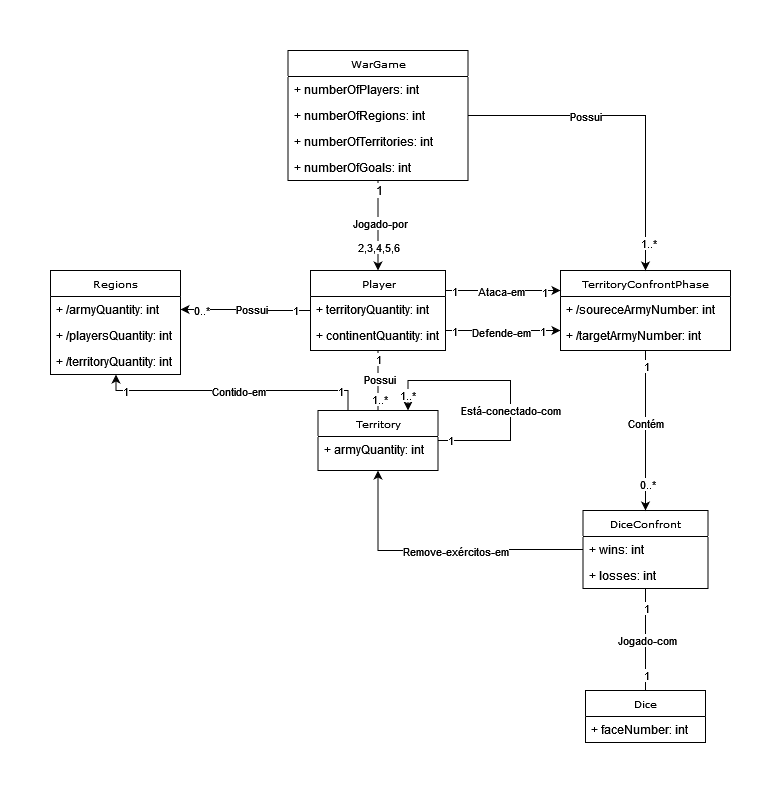
Before: DomainModelTerritoryAttack.png, a diagram exported from draw.io (Gil32610/domain-model-territory-confront). Source tidied: cells renumbered, new cells last; positions are measured from the earlier drawing's top-left corner, leaving out a move shared by most shapes.
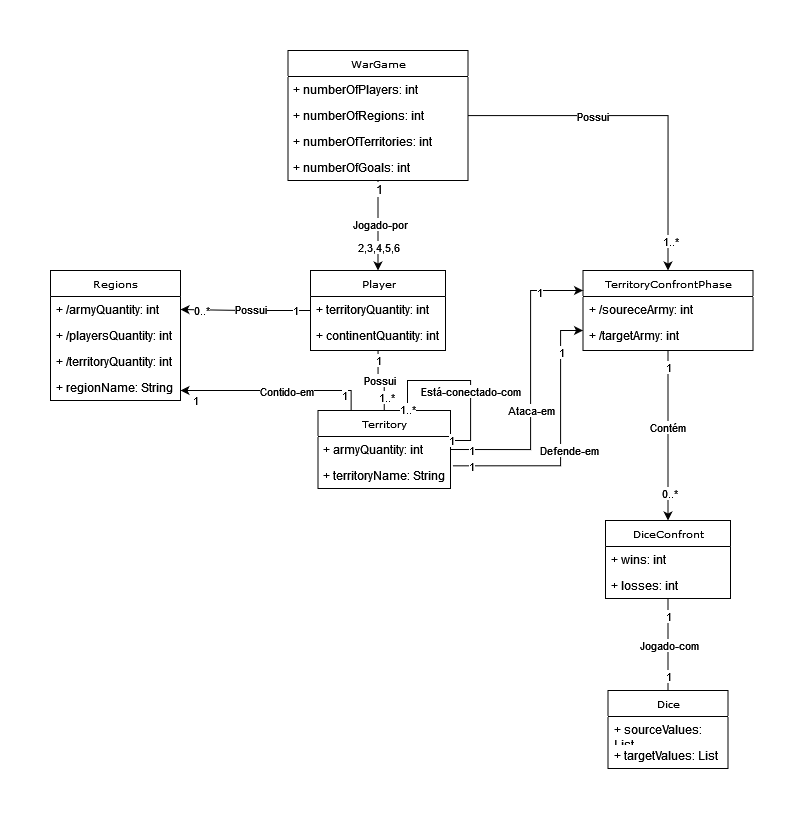
After the change.

The edit, as a diff of the source:
```diff
@@ -26,11 +26,14 @@
       </mxGeometry>
     </mxCell>
     <mxCell id="6" value="Territory" style="swimlane;html=1;fontStyle=0;horizontal=1;startSize=26;fillColor=none;swimlaneFillColor=#ffffff;rounded=0;shadow=0;comic=0;labelBackgroundColor=none;strokeWidth=1;fontFamily=Verdana;fontSize=10;align=center;" parent="1" vertex="1">
-      <mxGeometry x="267.5" y="360" width="120" height="60" as="geometry" />
+      <mxGeometry x="267.5" y="360" width="132.5" height="78" as="geometry" />
     </mxCell>
     <mxCell id="7" value="+ armyQuantity: int" style="text;html=1;strokeColor=none;fillColor=none;align=left;verticalAlign=top;spacingLeft=4;spacingRight=4;whiteSpace=wrap;overflow=hidden;points=[[0,0.5],[1,0.5]];portConstraint=eastwest;" parent="6" vertex="1">
-      <mxGeometry y="26" width="120" height="26" as="geometry" />
+      <mxGeometry y="26" width="132.5" height="26" as="geometry" />
     </mxCell>
+    <mxCell id="65" value="+ territoryName: String" style="text;html=1;strokeColor=none;fillColor=none;align=left;verticalAlign=top;spacingLeft=4;spacingRight=4;whiteSpace=wrap;overflow=hidden;points=[[0,0.5],[1,0.5]];portConstraint=eastwest;" parent="6" vertex="1">
+      <mxGeometry y="52" width="132.5" height="26" as="geometry" />
+    </mxCell>
     <mxCell id="8" style="edgeStyle=orthogonalEdgeStyle;rounded=0;jettySize=auto;html=1;entryX=0.5;entryY=0;entryDx=0;entryDy=0;endArrow=none;endFill=0;" parent="1" edge="1" source="28" target="6">
       <mxGeometry relative="1" as="geometry" />
     </mxCell>
@@ -71,13 +74,16 @@
     <mxCell id="19" value="2,3,4,5,6" style="edgeLabel;html=1;align=center;verticalAlign=middle;" parent="16" vertex="1">
       <mxGeometry x="-0.47" relative="1" as="geometry" />
     </mxCell>
-    <mxCell id="20" style="edgeStyle=orthogonalEdgeStyle;rounded=0;jettySize=auto;html=1;entryX=0;entryY=0.25;entryDx=0;entryDy=0;exitX=1;exitY=0.25;exitDx=0;exitDy=0;" parent="1" edge="1" source="28" target="59">
-      <mxGeometry relative="1" as="geometry" />
+    <mxCell id="20" style="edgeStyle=orthogonalEdgeStyle;rounded=0;jettySize=auto;html=1;entryX=0;entryY=0.25;entryDx=0;entryDy=0;exitX=1;exitY=0.5;exitDx=0;exitDy=0;" parent="1" edge="1" source="7" target="59">
+      <mxGeometry relative="1" as="geometry">
+        <Array as="points">
+          <mxPoint x="480" y="399" />
+          <mxPoint x="480" y="240" />
+        </Array>
+      </mxGeometry>
     </mxCell>
     <mxCell id="21" value="Ataca-em" style="edgeLabel;html=1;align=center;verticalAlign=middle;" parent="20" vertex="1">
-      <mxGeometry x="-0.18" relative="1" as="geometry">
-        <mxPoint x="8" as="offset" />
-      </mxGeometry>
+      <mxGeometry x="-0.18" relative="1" as="geometry" />
     </mxCell>
     <mxCell id="22" value="1" style="edgeLabel;html=1;align=center;verticalAlign=middle;" parent="20" vertex="1">
       <mxGeometry x="-0.86" relative="1" as="geometry" />
@@ -85,15 +91,20 @@
     <mxCell id="23" value="1" style="edgeLabel;html=1;align=center;verticalAlign=middle;" parent="20" vertex="1">
       <mxGeometry x="0.7" y="-1" relative="1" as="geometry" />
     </mxCell>
-    <mxCell id="24" style="edgeStyle=orthogonalEdgeStyle;rounded=0;jettySize=auto;html=1;entryX=0;entryY=0.75;entryDx=0;entryDy=0;exitX=1;exitY=0.75;exitDx=0;exitDy=0;" parent="1" edge="1" source="28" target="59">
-      <mxGeometry relative="1" as="geometry" />
+    <mxCell id="24" style="edgeStyle=orthogonalEdgeStyle;rounded=0;jettySize=auto;html=1;entryX=0;entryY=0.75;entryDx=0;entryDy=0;exitX=1.016;exitY=0.128;exitDx=0;exitDy=0;exitPerimeter=0;" parent="1" edge="1" source="65" target="59">
+      <mxGeometry relative="1" as="geometry">
+        <Array as="points">
+          <mxPoint x="510" y="415" />
+          <mxPoint x="510" y="280" />
+        </Array>
+      </mxGeometry>
     </mxCell>
     <mxCell id="25" value="1" style="edgeLabel;html=1;align=center;verticalAlign=middle;" parent="24" vertex="1">
       <mxGeometry x="-0.86" relative="1" as="geometry" />
     </mxCell>
     <mxCell id="26" value="Defende-em" style="edgeLabel;html=1;align=center;verticalAlign=middle;" parent="24" vertex="1">
       <mxGeometry x="-0.17" y="-1" relative="1" as="geometry">
-        <mxPoint x="7" as="offset" />
+        <mxPoint x="7" y="-13" as="offset" />
       </mxGeometry>
     </mxCell>
     <mxCell id="27" value="1" style="edgeLabel;html=1;align=center;verticalAlign=middle;" parent="24" vertex="1">
@@ -108,19 +119,8 @@
     <mxCell id="30" value="+ continentQuantity: int" style="text;html=1;strokeColor=none;fillColor=none;align=left;verticalAlign=top;spacingLeft=4;spacingRight=4;whiteSpace=wrap;overflow=hidden;" parent="28" vertex="1">
       <mxGeometry y="52" width="135" height="26" as="geometry" />
     </mxCell>
-    <mxCell id="31" style="edgeStyle=orthogonalEdgeStyle;rounded=0;jettySize=auto;html=1;entryX=0.5;entryY=1;entryDx=0;entryDy=0;exitX=0;exitY=0.5;exitDx=0;exitDy=0;" parent="1" edge="1" source="33" target="6">
-      <mxGeometry relative="1" as="geometry">
-        <Array as="points">
-          <mxPoint x="440" y="500" />
-          <mxPoint x="328" y="500" />
-        </Array>
-      </mxGeometry>
-    </mxCell>
-    <mxCell id="32" value="Remove-exércitos-em" style="edgeLabel;html=1;align=center;verticalAlign=middle;" parent="31" vertex="1">
-      <mxGeometry x="-0.1" relative="1" as="geometry" />
-    </mxCell>
     <mxCell id="33" value="DiceConfront" style="swimlane;html=1;fontStyle=0;horizontal=1;startSize=26;fillColor=none;swimlaneFillColor=#ffffff;rounded=0;shadow=0;comic=0;labelBackgroundColor=none;strokeWidth=1;fontFamily=Verdana;fontSize=10;align=center;" parent="1" vertex="1">
-      <mxGeometry x="532.5" y="460" width="125" height="78" as="geometry" />
+      <mxGeometry x="555" y="470" width="125" height="78" as="geometry" />
     </mxCell>
     <mxCell id="34" value="+ wins: int" style="text;html=1;strokeColor=none;fillColor=none;align=left;verticalAlign=top;spacingLeft=4;spacingRight=4;whiteSpace=wrap;overflow=hidden;" parent="33" vertex="1">
       <mxGeometry y="26" width="125" height="26" as="geometry" />
@@ -129,7 +129,7 @@
       <mxGeometry y="52" width="125" height="26" as="geometry" />
     </mxCell>
     <mxCell id="36" value="Regions" style="swimlane;html=1;fontStyle=0;horizontal=1;startSize=26;fillColor=none;swimlaneFillColor=#ffffff;rounded=0;shadow=0;comic=0;labelBackgroundColor=none;strokeWidth=1;fontFamily=Verdana;fontSize=10;align=center;" parent="1" vertex="1">
-      <mxGeometry y="220" width="130" height="104" as="geometry" />
+      <mxGeometry y="220" width="130" height="130" as="geometry" />
     </mxCell>
     <mxCell id="37" value="+ /armyQuantity: int" style="text;html=1;strokeColor=none;fillColor=none;align=left;verticalAlign=top;spacingLeft=4;spacingRight=4;whiteSpace=wrap;overflow=hidden;points=[[0,0.5],[1,0.5]];portConstraint=eastwest;" parent="36" vertex="1">
       <mxGeometry y="26" width="130" height="26" as="geometry" />
@@ -137,8 +137,11 @@
     <mxCell id="38" value="+ /playersQuantity: int" style="text;html=1;strokeColor=none;fillColor=none;align=left;verticalAlign=top;spacingLeft=4;spacingRight=4;whiteSpace=wrap;overflow=hidden;" parent="36" vertex="1">
       <mxGeometry y="52" width="130" height="26" as="geometry" />
     </mxCell>
+    <mxCell id="66" value="+ /territoryQuantity: int" style="text;html=1;strokeColor=none;fillColor=none;align=left;verticalAlign=top;spacingLeft=4;spacingRight=4;whiteSpace=wrap;overflow=hidden;" parent="36" vertex="1">
+      <mxGeometry y="78" width="130" height="26" as="geometry" />
+    </mxCell>
-    <mxCell id="39" value="+ /territoryQuantity: int" style="text;html=1;strokeColor=none;fillColor=none;align=left;verticalAlign=top;spacingLeft=4;spacingRight=4;whiteSpace=wrap;overflow=hidden;" parent="36" vertex="1">
-      <mxGeometry y="78" width="130" height="26" as="geometry" />
+    <mxCell id="39" value="+ regionName: String" style="text;html=1;strokeColor=none;fillColor=none;align=left;verticalAlign=top;spacingLeft=4;spacingRight=4;whiteSpace=wrap;overflow=hidden;" parent="36" vertex="1">
+      <mxGeometry y="104" width="130" height="26" as="geometry" />
     </mxCell>
     <mxCell id="40" value="WarGame" style="swimlane;html=1;fontStyle=0;horizontal=1;startSize=26;fillColor=none;swimlaneFillColor=#ffffff;rounded=0;shadow=0;comic=0;labelBackgroundColor=none;strokeWidth=1;fontFamily=Verdana;fontSize=10;align=center;" parent="1" vertex="1">
       <mxGeometry x="237.5" width="180" height="130" as="geometry" />
@@ -158,9 +161,11 @@
     <mxCell id="45" style="edgeStyle=orthogonalEdgeStyle;rounded=0;orthogonalLoop=1;jettySize=auto;html=1;entryX=0.75;entryY=0;entryDx=0;entryDy=0;exitX=1;exitY=0.5;exitDx=0;exitDy=0;" parent="1" edge="1" source="6" target="6">
       <mxGeometry relative="1" as="geometry">
         <Array as="points">
-          <mxPoint x="460" y="390" />
-          <mxPoint x="460" y="330" />
+          <mxPoint x="400" y="390" />
+          <mxPoint x="420" y="390" />
+          <mxPoint x="420" y="330" />
           <mxPoint x="357" y="330" />
+          <mxPoint x="357" y="360" />
         </Array>
       </mxGeometry>
     </mxCell>
@@ -188,11 +193,14 @@
       <mxGeometry y="-1" relative="1" as="geometry" />
     </mxCell>
     <mxCell id="53" value="Dice" style="swimlane;html=1;fontStyle=0;horizontal=1;startSize=26;fillColor=none;swimlaneFillColor=#ffffff;rounded=0;shadow=0;comic=0;labelBackgroundColor=none;strokeWidth=1;fontFamily=Verdana;fontSize=10;align=center;" parent="1" vertex="1">
-      <mxGeometry x="535" y="640" width="120" height="52" as="geometry" />
+      <mxGeometry x="557.5" y="640" width="120" height="78" as="geometry" />
     </mxCell>
-    <mxCell id="54" value="+ faceNumber: int" style="text;html=1;strokeColor=none;fillColor=none;align=left;verticalAlign=top;spacingLeft=4;spacingRight=4;whiteSpace=wrap;overflow=hidden;" parent="53" vertex="1">
+    <mxCell id="54" value="+ sourceValues: List" style="text;html=1;strokeColor=none;fillColor=none;align=left;verticalAlign=top;spacingLeft=4;spacingRight=4;whiteSpace=wrap;overflow=hidden;" parent="53" vertex="1">
       <mxGeometry y="26" width="120" height="26" as="geometry" />
     </mxCell>
+    <mxCell id="67" value="+ targetValues: List" style="text;html=1;strokeColor=none;fillColor=none;align=left;verticalAlign=top;spacingLeft=4;spacingRight=4;whiteSpace=wrap;overflow=hidden;" parent="53" vertex="1">
+      <mxGeometry y="52" width="120" height="26" as="geometry" />
+    </mxCell>
     <mxCell id="55" style="edgeStyle=orthogonalEdgeStyle;rounded=0;jettySize=auto;html=1;entryX=0.5;entryY=0;entryDx=0;entryDy=0;exitX=0.5;exitY=1;exitDx=0;exitDy=0;" parent="1" edge="1" source="59" target="33">
       <mxGeometry relative="1" as="geometry" />
     </mxCell>
@@ -206,12 +214,12 @@
       <mxGeometry x="-0.81" relative="1" as="geometry" />
     </mxCell>
     <mxCell id="59" value="TerritoryConfrontPhase" style="swimlane;html=1;fontStyle=0;horizontal=1;startSize=26;fillColor=none;swimlaneFillColor=#ffffff;rounded=0;shadow=0;comic=0;labelBackgroundColor=none;strokeWidth=1;fontFamily=Verdana;fontSize=10;align=center;" parent="1" vertex="1">
-      <mxGeometry x="510" y="220" width="170" height="80" as="geometry" />
+      <mxGeometry x="532.5" y="220" width="170" height="80" as="geometry" />
     </mxCell>
-    <mxCell id="60" value="+ /soureceArmyNumber: int" style="text;html=1;strokeColor=none;fillColor=none;align=left;verticalAlign=top;spacingLeft=4;spacingRight=4;whiteSpace=wrap;overflow=hidden;" parent="59" vertex="1">
+    <mxCell id="60" value="+ /soureceArmy: int" style="text;html=1;strokeColor=none;fillColor=none;align=left;verticalAlign=top;spacingLeft=4;spacingRight=4;whiteSpace=wrap;overflow=hidden;" parent="59" vertex="1">
       <mxGeometry y="26" width="170" height="26" as="geometry" />
     </mxCell>
-    <mxCell id="61" value="+ /targetArmyNumber: int" style="text;html=1;strokeColor=none;fillColor=none;align=left;verticalAlign=top;spacingLeft=4;spacingRight=4;whiteSpace=wrap;overflow=hidden;" parent="59" vertex="1">
+    <mxCell id="61" value="+ /targetArmy: int" style="text;html=1;strokeColor=none;fillColor=none;align=left;verticalAlign=top;spacingLeft=4;spacingRight=4;whiteSpace=wrap;overflow=hidden;" parent="59" vertex="1">
       <mxGeometry y="52" width="170" height="26" as="geometry" />
     </mxCell>
     <mxCell id="62" style="edgeStyle=orthogonalEdgeStyle;rounded=0;jettySize=auto;html=1;entryX=0.5;entryY=0;entryDx=0;entryDy=0;" parent="1" edge="1" source="42" target="59">
```
